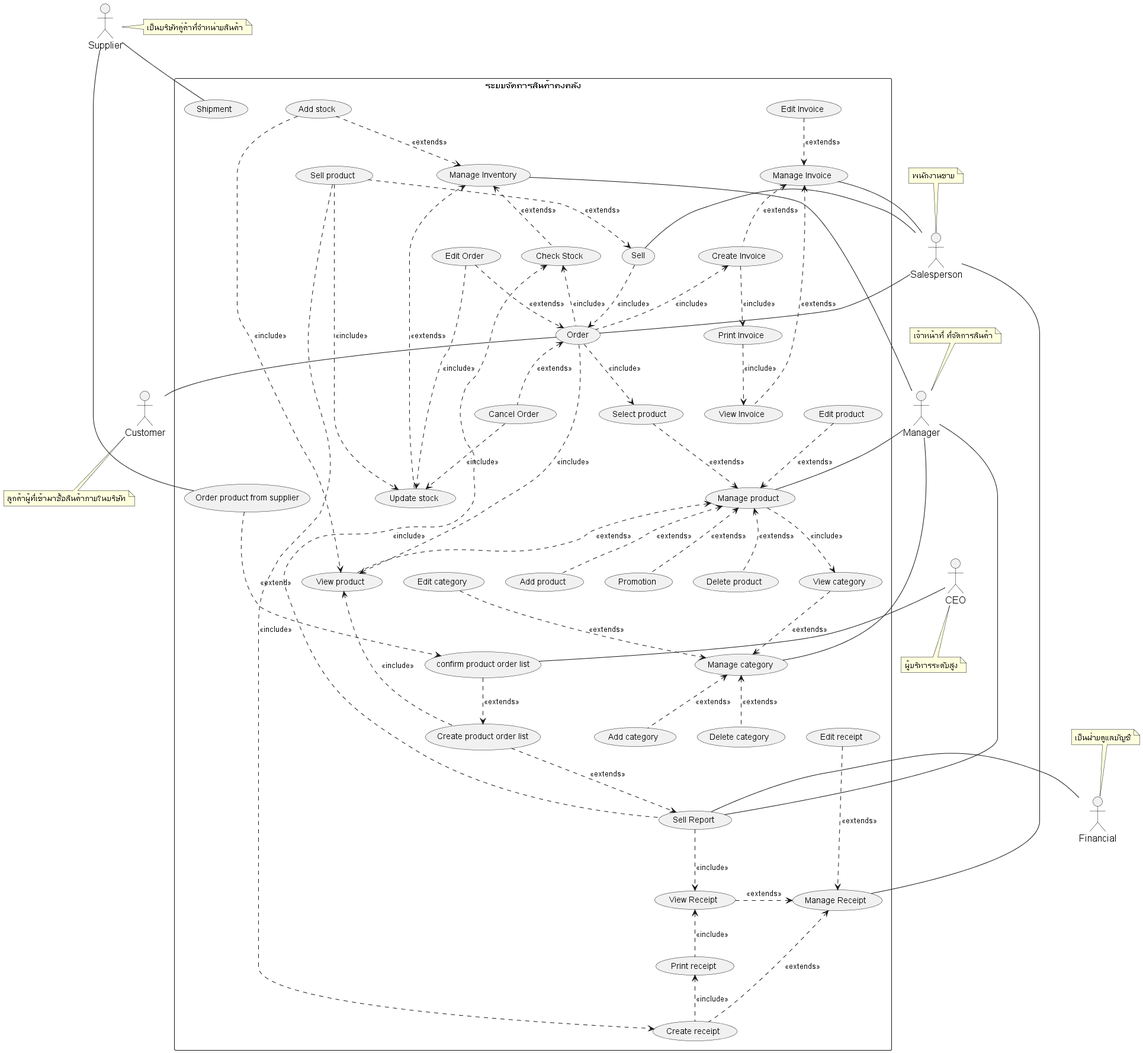
Above: out/system-analysis/usecase/_0_usecase-diagram/_0_usecase-diagram.png in billowdev/inventory-system-plantuml-sequelize-seeder-example (PlantUML), before the change.
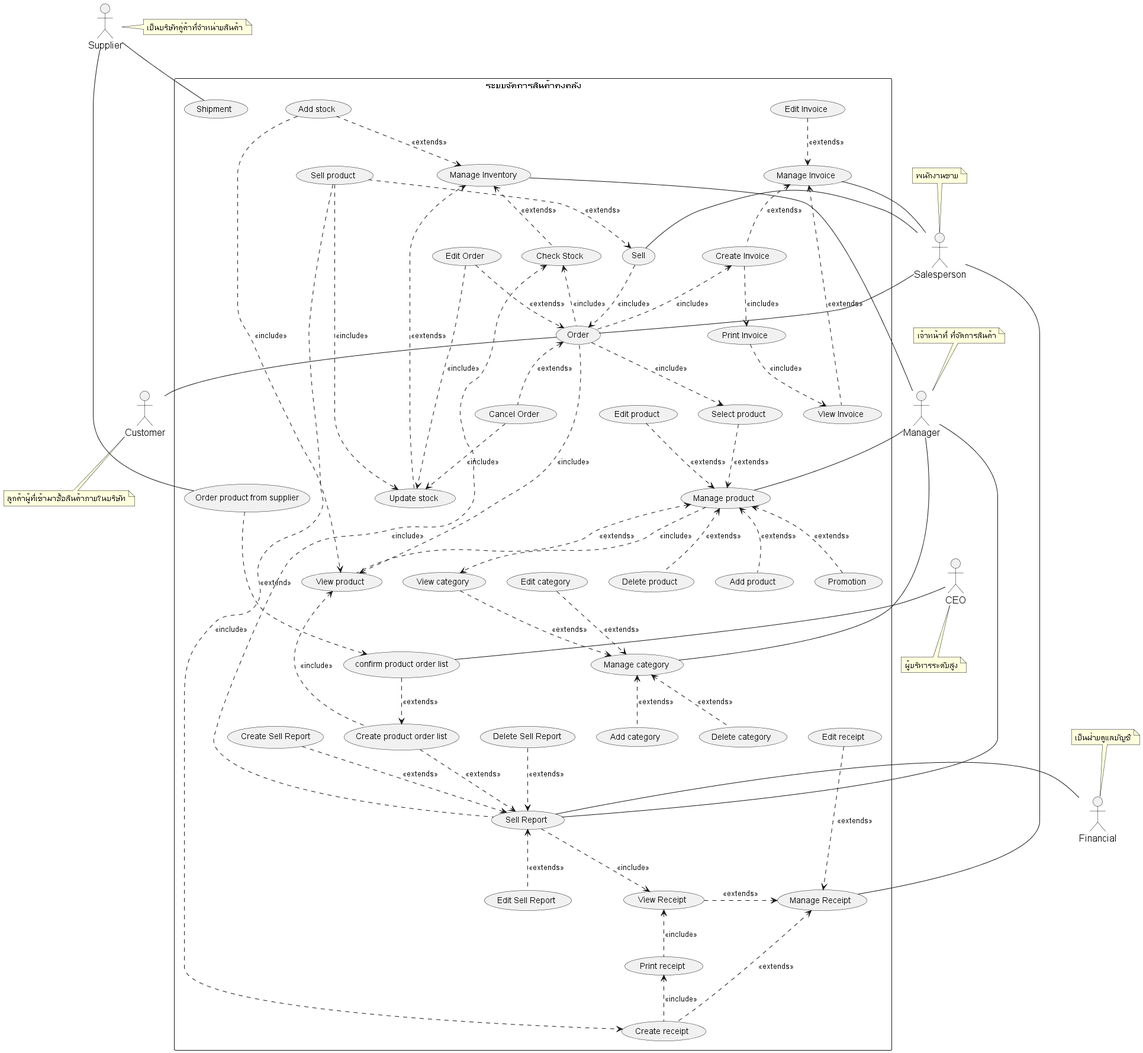
After the change.

The edit, as a diff of the source:
```diff
@@ -37,6 +37,9 @@
     usecase (Sell) as (usecaseSell)
 
     usecase (Sell Report) as (usecaseSellReport)
+    usecase (Create Sell Report) as (usecaseCreateSellReport)
+    usecase (Edit Sell Report) as (usecaseEditSellReport)
+    usecase (Delete Sell Report) as (usecaseDeleteSellReport)
 
     usecase (Sell product) as (usecaseSellProduct)
 
@@ -161,6 +164,10 @@
     (usecaseCheckStock)  <.. (usecaseSellReport)  : <<include>>
     (usecaseCreateProductOrderList) ..>  (usecaseSellReport)   : <<extends>>
 
+    (usecaseCreateSellReport) ..>  (usecaseSellReport)   : <<extends>>
+    (usecaseSellReport)   <.. (usecaseEditSellReport)   : <<extends>>
+    (usecaseDeleteSellReport) ..>  (usecaseSellReport)   : <<extends>>
+
     (usecaseViewProduct) <... (usecaseCreateProductOrderList) : <<include>>
     (usecaseConfirmOrderList) ..> (usecaseCreateProductOrderList) : <<extends>>
     (usecaseOrderProductFromSupplier) ...> (usecaseConfirmOrderList)  : <<extend>>
```
